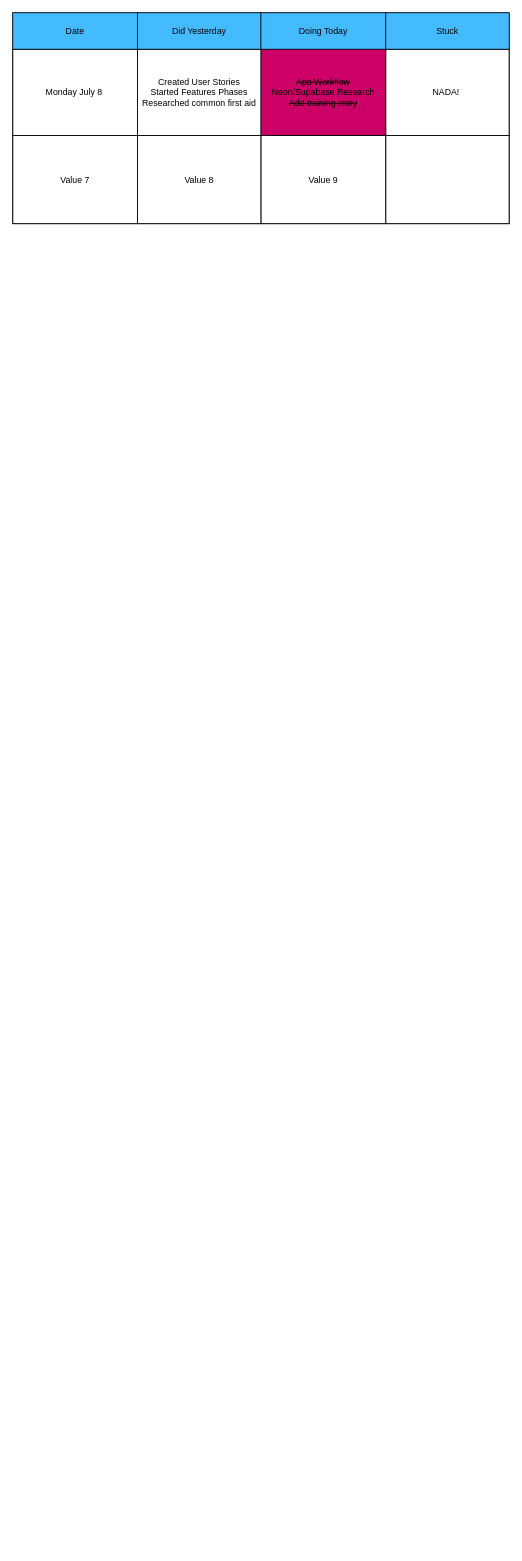
Earlier version of the draw.io diagram page "Project Log" (1 of 11) of Untitled Diagram.drawio (mfmarson/AidMate). Source tidied: cells renumbered, new cells numbered last; positions are measured from the earlier drawing's top-left corner, leaving out a move shared by most shapes. Both pictures are drawn from the tidied source at 73%, with x=0, y=0 at pixel (12, 12).
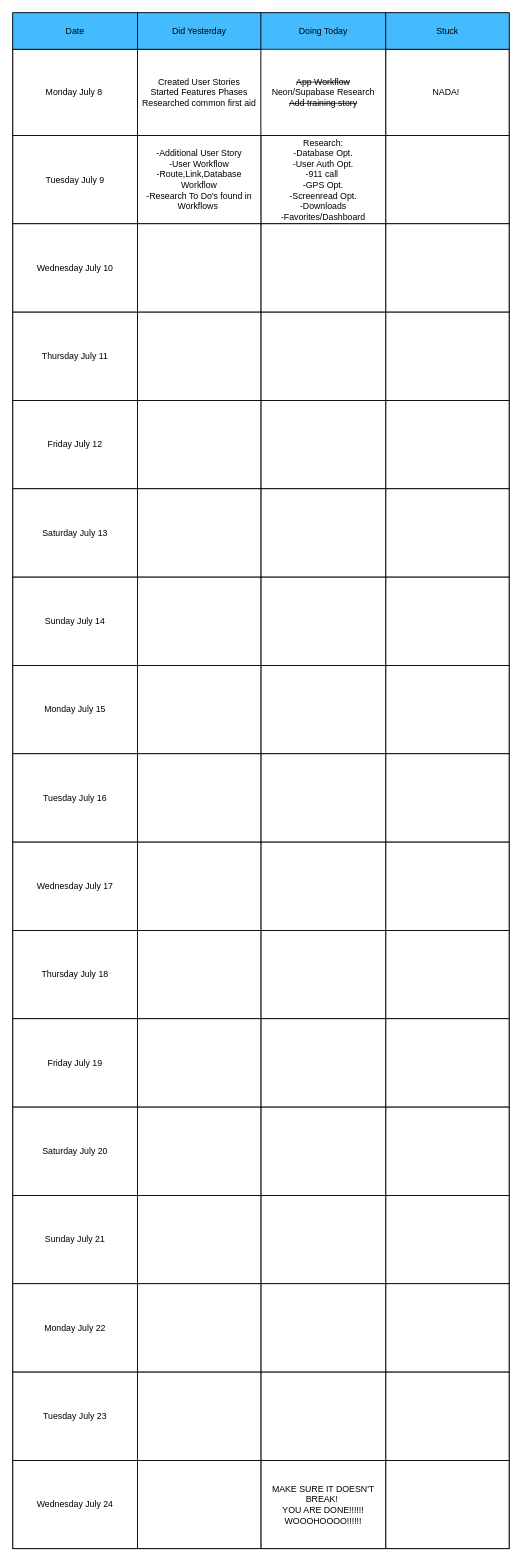
The same page after the edit.

The change refers to these unchanged cells:
```xml
<mxCell id="8" style="shape=tableRow;horizontal=0;startSize=0;swimlaneHead=0;swimlaneBody=0;top=0;left=0;bottom=0;right=0;fontStyle=0;fillColor=none;strokeColor=inherit;" parent="2" vertex="1">
  <mxGeometry y="50" width="680" height="118" as="geometry" />
</mxCell>
<mxCell id="13" style="shape=tableRow;horizontal=0;startSize=0;swimlaneHead=0;swimlaneBody=0;top=0;left=0;bottom=0;right=0;fontStyle=0;fillColor=none;strokeColor=inherit;" parent="2" vertex="1">
  <mxGeometry y="168" width="680" height="121" as="geometry" />
</mxCell>
```

Change to the diagram source:
```diff
@@
     <mxCell id="2" style="childLayout=tableLayout;shadow=0;fillColor=none;" parent="1" vertex="1">
-      <mxGeometry width="680" height="289" as="geometry" />
+      <mxGeometry width="680" height="2104" as="geometry" />
     </mxCell>
@@
-    <mxCell id="11" value="&lt;strike&gt;App Workflow&lt;/strike&gt;&lt;div&gt;Neon/Supabase Research&lt;/div&gt;&lt;div&gt;&lt;strike&gt;Add training story&lt;/strike&gt;&lt;/div&gt;" style="strokeColor=inherit;fillColor=#CC0066;align=center;whiteSpace=wrap;html=1;" parent="8" vertex="1">
+    <mxCell id="11" value="&lt;strike&gt;App Workflow&lt;/strike&gt;&lt;div&gt;Neon/Supabase Research&lt;/div&gt;&lt;div&gt;&lt;strike&gt;Add training story&lt;/strike&gt;&lt;/div&gt;" style="align=center;whiteSpace=wrap;html=1;" parent="8" vertex="1">
       <mxGeometry x="340" width="171" height="118" as="geometry" />
     </mxCell>
@@
-    <mxCell id="14" value="Value 7" style="strokeColor=inherit;fillColor=none;align=center;whiteSpace=wrap;html=1;" parent="13" vertex="1">
+    <mxCell id="14" value="Tuesday July 9" style="strokeColor=inherit;fillColor=none;align=center;whiteSpace=wrap;html=1;" parent="13" vertex="1">
       <mxGeometry width="171" height="121" as="geometry" />
     </mxCell>
-    <mxCell id="15" value="Value 8" style="strokeColor=inherit;fillColor=none;align=center;whiteSpace=wrap;html=1;" parent="13" vertex="1">
+    <mxCell id="15" value="-Additional User Story&lt;div&gt;-User Workflow&lt;/div&gt;&lt;div&gt;-Route,Link,Database Workflow&lt;/div&gt;&lt;div&gt;-Research To Do's found in Workflows&amp;nbsp;&lt;/div&gt;" style="strokeColor=inherit;fillColor=none;align=center;whiteSpace=wrap;html=1;" parent="13" vertex="1">
       <mxGeometry x="171" width="169" height="121" as="geometry" />
     </mxCell>
-    <mxCell id="16" value="Value 9" style="strokeColor=inherit;fillColor=none;align=center;whiteSpace=wrap;html=1;" parent="13" vertex="1">
+    <mxCell id="16" value="Research:&lt;div&gt;-Database Opt.&lt;/div&gt;&lt;div&gt;-User Auth Opt.&lt;/div&gt;&lt;div&gt;-911 call&amp;nbsp;&lt;/div&gt;&lt;div&gt;-GPS Opt.&lt;/div&gt;&lt;div&gt;-Screenread Opt.&lt;/div&gt;&lt;div&gt;-Downloads&lt;/div&gt;&lt;div&gt;-Favorites/Dashboard&lt;/div&gt;" style="strokeColor=inherit;fillColor=none;align=center;whiteSpace=wrap;html=1;" parent="13" vertex="1">
       <mxGeometry x="340" width="171" height="121" as="geometry" />
     </mxCell>
@@
+    <mxCell id="18" style="shape=tableRow;horizontal=0;startSize=0;swimlaneHead=0;swimlaneBody=0;top=0;left=0;bottom=0;right=0;fontStyle=0;fillColor=none;strokeColor=inherit;" parent="2" vertex="1">
+      <mxGeometry y="289" width="680" height="121" as="geometry" />
+    </mxCell>
+    <mxCell id="19" value="Wednesday July 10" style="strokeColor=inherit;fillColor=none;align=center;whiteSpace=wrap;html=1;" parent="18" vertex="1">
+      <mxGeometry width="171" height="121" as="geometry" />
+    </mxCell>
+    <mxCell id="20" style="strokeColor=inherit;fillColor=none;align=center;whiteSpace=wrap;html=1;" parent="18" vertex="1">
+      <mxGeometry x="171" width="169" height="121" as="geometry" />
+    </mxCell>
+    <mxCell id="21" style="strokeColor=inherit;fillColor=none;align=center;whiteSpace=wrap;html=1;" parent="18" vertex="1">
+      <mxGeometry x="340" width="171" height="121" as="geometry" />
+    </mxCell>
+    <mxCell id="22" style="strokeColor=inherit;fillColor=none;align=center;whiteSpace=wrap;html=1;" parent="18" vertex="1">
+      <mxGeometry x="511" width="169" height="121" as="geometry" />
+    </mxCell>
+    <mxCell id="23" style="shape=tableRow;horizontal=0;startSize=0;swimlaneHead=0;swimlaneBody=0;top=0;left=0;bottom=0;right=0;fontStyle=0;fillColor=none;strokeColor=inherit;" parent="2" vertex="1">
+      <mxGeometry y="410" width="680" height="121" as="geometry" />
+    </mxCell>
+    <mxCell id="24" value="Thursday July 11" style="strokeColor=inherit;fillColor=none;align=center;whiteSpace=wrap;html=1;" parent="23" vertex="1">
+      <mxGeometry width="171" height="121" as="geometry" />
+    </mxCell>
+    <mxCell id="25" style="strokeColor=inherit;fillColor=none;align=center;whiteSpace=wrap;html=1;" parent="23" vertex="1">
+      <mxGeometry x="171" width="169" height="121" as="geometry" />
+    </mxCell>
+    <mxCell id="26" style="strokeColor=inherit;fillColor=none;align=center;whiteSpace=wrap;html=1;" parent="23" vertex="1">
+      <mxGeometry x="340" width="171" height="121" as="geometry" />
+    </mxCell>
+    <mxCell id="27" style="strokeColor=inherit;fillColor=none;align=center;whiteSpace=wrap;html=1;" parent="23" vertex="1">
+      <mxGeometry x="511" width="169" height="121" as="geometry" />
+    </mxCell>
+    <mxCell id="28" style="shape=tableRow;horizontal=0;startSize=0;swimlaneHead=0;swimlaneBody=0;top=0;left=0;bottom=0;right=0;fontStyle=0;fillColor=none;strokeColor=inherit;" parent="2" vertex="1">
+      <mxGeometry y="531" width="680" height="121" as="geometry" />
+    </mxCell>
+    <mxCell id="29" value="Friday July 12" style="strokeColor=inherit;fillColor=none;align=center;whiteSpace=wrap;html=1;" parent="28" vertex="1">
+      <mxGeometry width="171" height="121" as="geometry" />
+    </mxCell>
+    <mxCell id="30" style="strokeColor=inherit;fillColor=none;align=center;whiteSpace=wrap;html=1;" parent="28" vertex="1">
+      <mxGeometry x="171" width="169" height="121" as="geometry" />
+    </mxCell>
+    <mxCell id="31" style="strokeColor=inherit;fillColor=none;align=center;whiteSpace=wrap;html=1;" parent="28" vertex="1">
+      <mxGeometry x="340" width="171" height="121" as="geometry" />
+    </mxCell>
+    <mxCell id="32" style="strokeColor=inherit;fillColor=none;align=center;whiteSpace=wrap;html=1;" parent="28" vertex="1">
+      <mxGeometry x="511" width="169" height="121" as="geometry" />
+    </mxCell>
+    <mxCell id="33" style="shape=tableRow;horizontal=0;startSize=0;swimlaneHead=0;swimlaneBody=0;top=0;left=0;bottom=0;right=0;fontStyle=0;fillColor=none;strokeColor=inherit;" parent="2" vertex="1">
+      <mxGeometry y="652" width="680" height="121" as="geometry" />
+    </mxCell>
+    <mxCell id="34" value="Saturday July 13" style="strokeColor=inherit;fillColor=none;align=center;whiteSpace=wrap;html=1;" parent="33" vertex="1">
+      <mxGeometry width="171" height="121" as="geometry" />
+    </mxCell>
+    <mxCell id="35" style="strokeColor=inherit;fillColor=none;align=center;whiteSpace=wrap;html=1;" parent="33" vertex="1">
+      <mxGeometry x="171" width="169" height="121" as="geometry" />
+    </mxCell>
+    <mxCell id="36" style="strokeColor=inherit;fillColor=none;align=center;whiteSpace=wrap;html=1;" parent="33" vertex="1">
+      <mxGeometry x="340" width="171" height="121" as="geometry" />
+    </mxCell>
+    <mxCell id="37" style="strokeColor=inherit;fillColor=none;align=center;whiteSpace=wrap;html=1;" parent="33" vertex="1">
+      <mxGeometry x="511" width="169" height="121" as="geometry" />
+    </mxCell>
+    <mxCell id="38" style="shape=tableRow;horizontal=0;startSize=0;swimlaneHead=0;swimlaneBody=0;top=0;left=0;bottom=0;right=0;fontStyle=0;fillColor=none;strokeColor=inherit;" parent="2" vertex="1">
+      <mxGeometry y="773" width="680" height="121" as="geometry" />
+    </mxCell>
+    <mxCell id="39" value="Sunday July 14" style="strokeColor=inherit;fillColor=none;align=center;whiteSpace=wrap;html=1;" parent="38" vertex="1">
+      <mxGeometry width="171" height="121" as="geometry" />
+    </mxCell>
+    <mxCell id="40" style="strokeColor=inherit;fillColor=none;align=center;whiteSpace=wrap;html=1;" parent="38" vertex="1">
+      <mxGeometry x="171" width="169" height="121" as="geometry" />
+    </mxCell>
+    <mxCell id="41" style="strokeColor=inherit;fillColor=none;align=center;whiteSpace=wrap;html=1;" parent="38" vertex="1">
+      <mxGeometry x="340" width="171" height="121" as="geometry" />
+    </mxCell>
+    <mxCell id="42" style="strokeColor=inherit;fillColor=none;align=center;whiteSpace=wrap;html=1;" parent="38" vertex="1">
+      <mxGeometry x="511" width="169" height="121" as="geometry" />
+    </mxCell>
+    <mxCell id="43" style="shape=tableRow;horizontal=0;startSize=0;swimlaneHead=0;swimlaneBody=0;top=0;left=0;bottom=0;right=0;fontStyle=0;fillColor=none;strokeColor=inherit;" parent="2" vertex="1">
+      <mxGeometry y="894" width="680" height="121" as="geometry" />
+    </mxCell>
+    <mxCell id="44" value="Monday July 15" style="strokeColor=inherit;fillColor=none;align=center;whiteSpace=wrap;html=1;" parent="43" vertex="1">
+      <mxGeometry width="171" height="121" as="geometry" />
+    </mxCell>
+    <mxCell id="45" style="strokeColor=inherit;fillColor=none;align=center;whiteSpace=wrap;html=1;" parent="43" vertex="1">
+      <mxGeometry x="171" width="169" height="121" as="geometry" />
+    </mxCell>
+    <mxCell id="46" style="strokeColor=inherit;fillColor=none;align=center;whiteSpace=wrap;html=1;" parent="43" vertex="1">
+      <mxGeometry x="340" width="171" height="121" as="geometry" />
+    </mxCell>
+    <mxCell id="47" style="strokeColor=inherit;fillColor=none;align=center;whiteSpace=wrap;html=1;" parent="43" vertex="1">
+      <mxGeometry x="511" width="169" height="121" as="geometry" />
+    </mxCell>
+    <mxCell id="48" style="shape=tableRow;horizontal=0;startSize=0;swimlaneHead=0;swimlaneBody=0;top=0;left=0;bottom=0;right=0;fontStyle=0;fillColor=none;strokeColor=inherit;" parent="2" vertex="1">
+      <mxGeometry y="1015" width="680" height="121" as="geometry" />
+    </mxCell>
+    <mxCell id="49" value="Tuesday July 16" style="strokeColor=inherit;fillColor=none;align=center;whiteSpace=wrap;html=1;" parent="48" vertex="1">
+      <mxGeometry width="171" height="121" as="geometry" />
+    </mxCell>
+    <mxCell id="50" style="strokeColor=inherit;fillColor=none;align=center;whiteSpace=wrap;html=1;" parent="48" vertex="1">
+      <mxGeometry x="171" width="169" height="121" as="geometry" />
+    </mxCell>
+    <mxCell id="51" style="strokeColor=inherit;fillColor=none;align=center;whiteSpace=wrap;html=1;" parent="48" vertex="1">
+      <mxGeometry x="340" width="171" height="121" as="geometry" />
+    </mxCell>
+    <mxCell id="52" style="strokeColor=inherit;fillColor=none;align=center;whiteSpace=wrap;html=1;" parent="48" vertex="1">
+      <mxGeometry x="511" width="169" height="121" as="geometry" />
+    </mxCell>
+    <mxCell id="53" style="shape=tableRow;horizontal=0;startSize=0;swimlaneHead=0;swimlaneBody=0;top=0;left=0;bottom=0;right=0;fontStyle=0;fillColor=none;strokeColor=inherit;" parent="2" vertex="1">
+      <mxGeometry y="1136" width="680" height="121" as="geometry" />
+    </mxCell>
+    <mxCell id="54" value="Wednesday July 17" style="strokeColor=inherit;fillColor=none;align=center;whiteSpace=wrap;html=1;" parent="53" vertex="1">
+      <mxGeometry width="171" height="121" as="geometry" />
+    </mxCell>
+    <mxCell id="55" style="strokeColor=inherit;fillColor=none;align=center;whiteSpace=wrap;html=1;" parent="53" vertex="1">
+      <mxGeometry x="171" width="169" height="121" as="geometry" />
+    </mxCell>
+    <mxCell id="56" style="strokeColor=inherit;fillColor=none;align=center;whiteSpace=wrap;html=1;" parent="53" vertex="1">
+      <mxGeometry x="340" width="171" height="121" as="geometry" />
+    </mxCell>
+    <mxCell id="57" style="strokeColor=inherit;fillColor=none;align=center;whiteSpace=wrap;html=1;" parent="53" vertex="1">
+      <mxGeometry x="511" width="169" height="121" as="geometry" />
+    </mxCell>
+    <mxCell id="58" style="shape=tableRow;horizontal=0;startSize=0;swimlaneHead=0;swimlaneBody=0;top=0;left=0;bottom=0;right=0;fontStyle=0;fillColor=none;strokeColor=inherit;" parent="2" vertex="1">
+      <mxGeometry y="1257" width="680" height="121" as="geometry" />
+    </mxCell>
+    <mxCell id="59" value="Thursday July 18" style="strokeColor=inherit;fillColor=none;align=center;whiteSpace=wrap;html=1;" parent="58" vertex="1">
+      <mxGeometry width="171" height="121" as="geometry" />
+    </mxCell>
+    <mxCell id="60" style="strokeColor=inherit;fillColor=none;align=center;whiteSpace=wrap;html=1;" parent="58" vertex="1">
+      <mxGeometry x="171" width="169" height="121" as="geometry" />
+    </mxCell>
+    <mxCell id="61" style="strokeColor=inherit;fillColor=none;align=center;whiteSpace=wrap;html=1;" parent="58" vertex="1">
+      <mxGeometry x="340" width="171" height="121" as="geometry" />
+    </mxCell>
+    <mxCell id="62" style="strokeColor=inherit;fillColor=none;align=center;whiteSpace=wrap;html=1;" parent="58" vertex="1">
+      <mxGeometry x="511" width="169" height="121" as="geometry" />
+    </mxCell>
+    <mxCell id="63" style="shape=tableRow;horizontal=0;startSize=0;swimlaneHead=0;swimlaneBody=0;top=0;left=0;bottom=0;right=0;fontStyle=0;fillColor=none;strokeColor=inherit;" parent="2" vertex="1">
+      <mxGeometry y="1378" width="680" height="121" as="geometry" />
+    </mxCell>
+    <mxCell id="64" value="Friday July 19" style="strokeColor=inherit;fillColor=none;align=center;whiteSpace=wrap;html=1;" parent="63" vertex="1">
+      <mxGeometry width="171" height="121" as="geometry" />
+    </mxCell>
+    <mxCell id="65" style="strokeColor=inherit;fillColor=none;align=center;whiteSpace=wrap;html=1;" parent="63" vertex="1">
+      <mxGeometry x="171" width="169" height="121" as="geometry" />
+    </mxCell>
+    <mxCell id="66" style="strokeColor=inherit;fillColor=none;align=center;whiteSpace=wrap;html=1;" parent="63" vertex="1">
+      <mxGeometry x="340" width="171" height="121" as="geometry" />
+    </mxCell>
+    <mxCell id="67" style="strokeColor=inherit;fillColor=none;align=center;whiteSpace=wrap;html=1;" parent="63" vertex="1">
+      <mxGeometry x="511" width="169" height="121" as="geometry" />
+    </mxCell>
+    <mxCell id="68" style="shape=tableRow;horizontal=0;startSize=0;swimlaneHead=0;swimlaneBody=0;top=0;left=0;bottom=0;right=0;fontStyle=0;fillColor=none;strokeColor=inherit;" parent="2" vertex="1">
+      <mxGeometry y="1499" width="680" height="121" as="geometry" />
+    </mxCell>
+    <mxCell id="69" value="Saturday July 20" style="strokeColor=inherit;fillColor=none;align=center;whiteSpace=wrap;html=1;" parent="68" vertex="1">
+      <mxGeometry width="171" height="121" as="geometry" />
+    </mxCell>
+    <mxCell id="70" style="strokeColor=inherit;fillColor=none;align=center;whiteSpace=wrap;html=1;" parent="68" vertex="1">
+      <mxGeometry x="171" width="169" height="121" as="geometry" />
+    </mxCell>
+    <mxCell id="71" style="strokeColor=inherit;fillColor=none;align=center;whiteSpace=wrap;html=1;" parent="68" vertex="1">
+      <mxGeometry x="340" width="171" height="121" as="geometry" />
+    </mxCell>
+    <mxCell id="72" style="strokeColor=inherit;fillColor=none;align=center;whiteSpace=wrap;html=1;" parent="68" vertex="1">
+      <mxGeometry x="511" width="169" height="121" as="geometry" />
+    </mxCell>
+    <mxCell id="73" style="shape=tableRow;horizontal=0;startSize=0;swimlaneHead=0;swimlaneBody=0;top=0;left=0;bottom=0;right=0;fontStyle=0;fillColor=none;strokeColor=inherit;" parent="2" vertex="1">
+      <mxGeometry y="1620" width="680" height="121" as="geometry" />
+    </mxCell>
+    <mxCell id="74" value="Sunday July 21" style="strokeColor=inherit;fillColor=none;align=center;whiteSpace=wrap;html=1;" parent="73" vertex="1">
+      <mxGeometry width="171" height="121" as="geometry" />
+    </mxCell>
+    <mxCell id="75" style="strokeColor=inherit;fillColor=none;align=center;whiteSpace=wrap;html=1;" parent="73" vertex="1">
+      <mxGeometry x="171" width="169" height="121" as="geometry" />
+    </mxCell>
+    <mxCell id="76" style="strokeColor=inherit;fillColor=none;align=center;whiteSpace=wrap;html=1;" parent="73" vertex="1">
+      <mxGeometry x="340" width="171" height="121" as="geometry" />
+    </mxCell>
+    <mxCell id="77" style="strokeColor=inherit;fillColor=none;align=center;whiteSpace=wrap;html=1;" parent="73" vertex="1">
+      <mxGeometry x="511" width="169" height="121" as="geometry" />
+    </mxCell>
+    <mxCell id="78" style="shape=tableRow;horizontal=0;startSize=0;swimlaneHead=0;swimlaneBody=0;top=0;left=0;bottom=0;right=0;fontStyle=0;fillColor=none;strokeColor=inherit;" parent="2" vertex="1">
+      <mxGeometry y="1741" width="680" height="121" as="geometry" />
+    </mxCell>
+    <mxCell id="79" value="Monday July 22" style="strokeColor=inherit;fillColor=none;align=center;whiteSpace=wrap;html=1;" parent="78" vertex="1">
+      <mxGeometry width="171" height="121" as="geometry" />
+    </mxCell>
+    <mxCell id="80" style="strokeColor=inherit;fillColor=none;align=center;whiteSpace=wrap;html=1;" parent="78" vertex="1">
+      <mxGeometry x="171" width="169" height="121" as="geometry" />
+    </mxCell>
+    <mxCell id="81" style="strokeColor=inherit;fillColor=none;align=center;whiteSpace=wrap;html=1;" parent="78" vertex="1">
+      <mxGeometry x="340" width="171" height="121" as="geometry" />
+    </mxCell>
+    <mxCell id="82" style="strokeColor=inherit;fillColor=none;align=center;whiteSpace=wrap;html=1;" parent="78" vertex="1">
+      <mxGeometry x="511" width="169" height="121" as="geometry" />
+    </mxCell>
+    <mxCell id="83" style="shape=tableRow;horizontal=0;startSize=0;swimlaneHead=0;swimlaneBody=0;top=0;left=0;bottom=0;right=0;fontStyle=0;fillColor=none;strokeColor=inherit;" parent="2" vertex="1">
+      <mxGeometry y="1862" width="680" height="121" as="geometry" />
+    </mxCell>
+    <mxCell id="84" value="Tuesday July 23" style="strokeColor=inherit;fillColor=none;align=center;whiteSpace=wrap;html=1;" parent="83" vertex="1">
+      <mxGeometry width="171" height="121" as="geometry" />
+    </mxCell>
+    <mxCell id="85" style="strokeColor=inherit;fillColor=none;align=center;whiteSpace=wrap;html=1;" parent="83" vertex="1">
+      <mxGeometry x="171" width="169" height="121" as="geometry" />
+    </mxCell>
+    <mxCell id="86" style="strokeColor=inherit;fillColor=none;align=center;whiteSpace=wrap;html=1;" parent="83" vertex="1">
+      <mxGeometry x="340" width="171" height="121" as="geometry" />
+    </mxCell>
+    <mxCell id="87" style="strokeColor=inherit;fillColor=none;align=center;whiteSpace=wrap;html=1;" parent="83" vertex="1">
+      <mxGeometry x="511" width="169" height="121" as="geometry" />
+    </mxCell>
+    <mxCell id="88" style="shape=tableRow;horizontal=0;startSize=0;swimlaneHead=0;swimlaneBody=0;top=0;left=0;bottom=0;right=0;fontStyle=0;fillColor=none;strokeColor=inherit;" parent="2" vertex="1">
+      <mxGeometry y="1983" width="680" height="121" as="geometry" />
+    </mxCell>
+    <mxCell id="89" value="Wednesday July 24" style="strokeColor=inherit;fillColor=none;align=center;whiteSpace=wrap;html=1;" parent="88" vertex="1">
+      <mxGeometry width="171" height="121" as="geometry" />
+    </mxCell>
+    <mxCell id="90" style="strokeColor=inherit;fillColor=none;align=center;whiteSpace=wrap;html=1;" parent="88" vertex="1">
+      <mxGeometry x="171" width="169" height="121" as="geometry" />
+    </mxCell>
+    <mxCell id="91" value="MAKE SURE IT DOESN'T BREAK!&amp;nbsp;&lt;div&gt;YOU ARE DONE!!!!!!&lt;/div&gt;&lt;div&gt;WOOOHOOOO!!!!!!&lt;/div&gt;" style="strokeColor=inherit;fillColor=none;align=center;whiteSpace=wrap;html=1;" parent="88" vertex="1">
+      <mxGeometry x="340" width="171" height="121" as="geometry" />
+    </mxCell>
+    <mxCell id="92" style="strokeColor=inherit;fillColor=none;align=center;whiteSpace=wrap;html=1;" parent="88" vertex="1">
+      <mxGeometry x="511" width="169" height="121" as="geometry" />
+    </mxCell>
```
